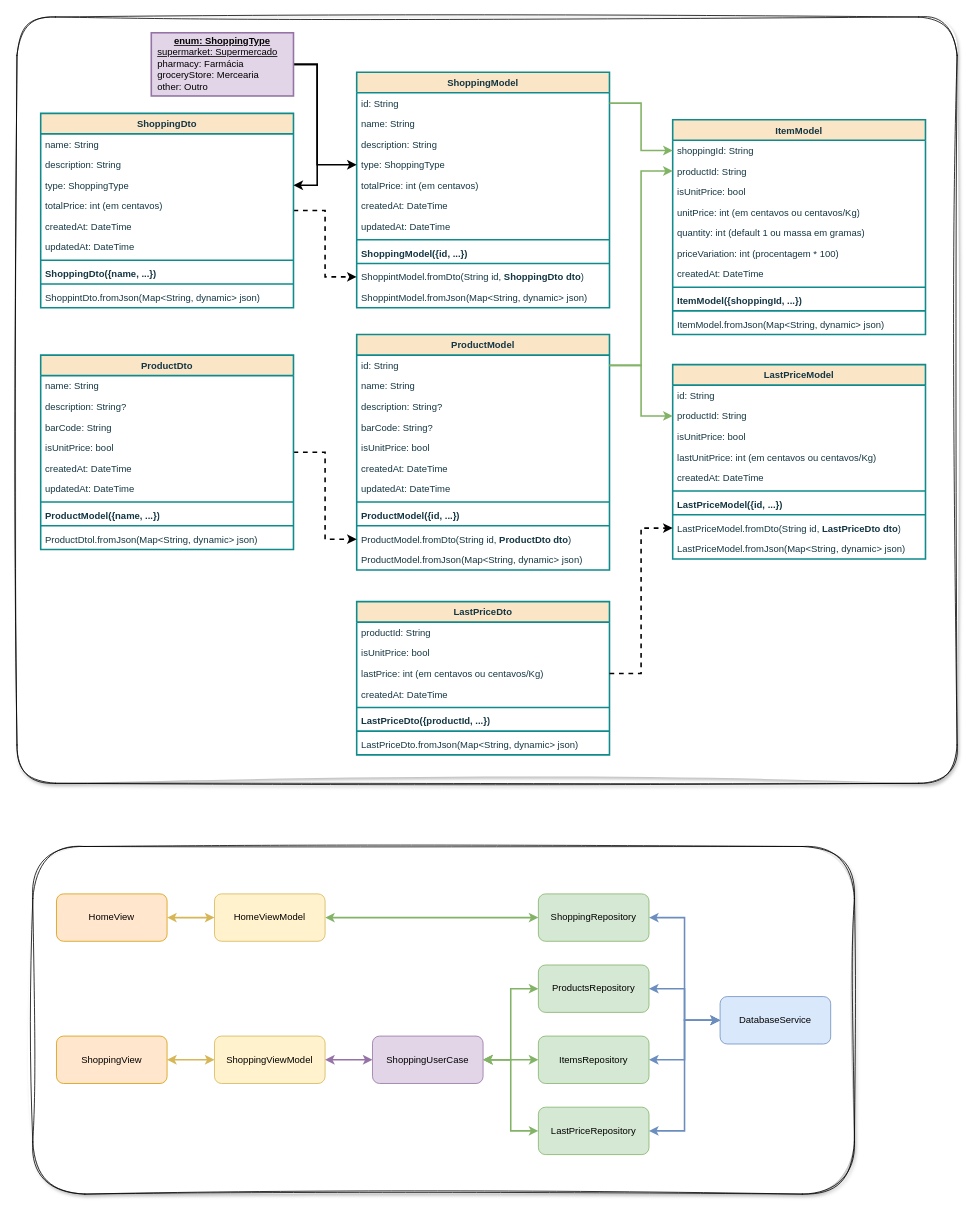
This is docs/Diagrama_de_Classes.drawio from rudsonalves/compras, a draw.io file, before an edit. Source tidied: cells renumbered, new cells numbered last; positions are measured from the earlier drawing's top-left corner, leaving out a move shared by most shapes. Both pictures are drawn from the tidied source at 79%, with x=0, y=0 at pixel (17, 17).
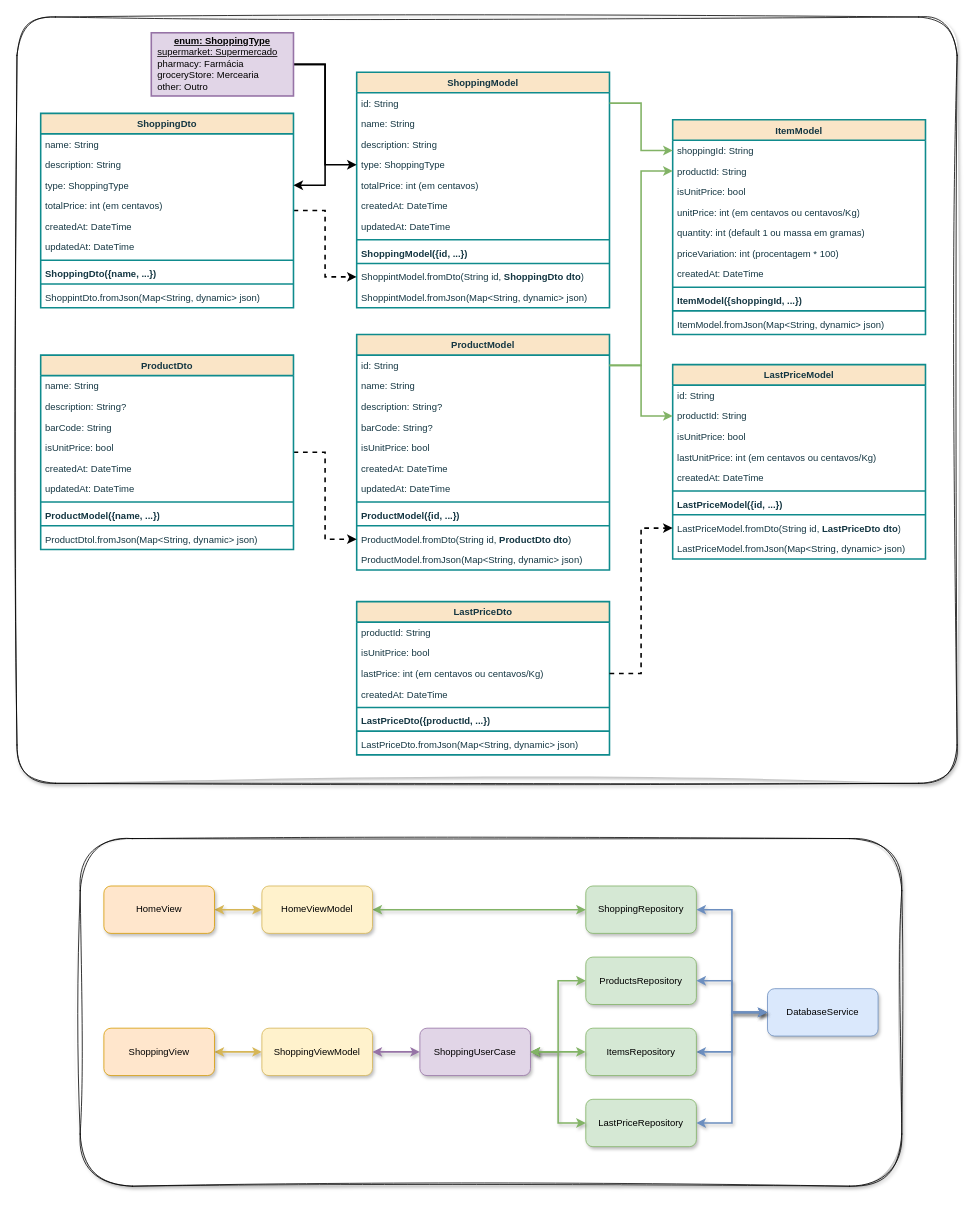
Above is the later version.

Unchanged cells that the change refers to:
```xml
<mxCell id="2" style="group;" parent="1" vertex="1">
  <mxGeometry width="1190" height="970" as="geometry" />
</mxCell>
<mxCell id="8" value="type: ShoppingType" style="text;strokeColor=none;fillColor=none;align=left;verticalAlign=top;spacingLeft=4;spacingRight=4;overflow=hidden;points=[[0,0.5],[1,0.5]];portConstraint=eastwest;whiteSpace=wrap;html=1;labelBackgroundColor=none;fontColor=#143642;" parent="4" vertex="1">
  <mxGeometry y="104" width="320" height="26" as="geometry" />
</mxCell>
<mxCell id="34" value="type: ShoppingType" style="text;strokeColor=none;fillColor=none;align=left;verticalAlign=top;spacingLeft=4;spacingRight=4;overflow=hidden;points=[[0,0.5],[1,0.5]];portConstraint=eastwest;whiteSpace=wrap;html=1;labelBackgroundColor=none;fontColor=#143642;" parent="31" vertex="1">
  <mxGeometry y="78" width="320" height="26" as="geometry" />
</mxCell>
<mxCell id="44" value="&lt;p style=&quot;margin:0px;margin-top:4px;text-align:center;text-decoration:underline;&quot;&gt;&lt;b&gt;enum: ShoppingType&lt;/b&gt;&lt;/p&gt;&lt;p style=&quot;margin:0px;margin-left:8px;&quot;&gt;&lt;u style=&quot;background-color: transparent; color: light-dark(rgb(0, 0, 0), rgb(255, 255, 255));&quot;&gt;supermarket: Supermercado&lt;/u&gt;&lt;/p&gt;&lt;p style=&quot;margin:0px;margin-left:8px;&quot;&gt;pharmacy: Farmácia&lt;/p&gt;&lt;p style=&quot;margin:0px;margin-left:8px;&quot;&gt;groceryStore: Mercearia&lt;/p&gt;&lt;p style=&quot;margin:0px;margin-left:8px;&quot;&gt;other: Outro&lt;/p&gt;" style="verticalAlign=top;align=left;overflow=fill;html=1;whiteSpace=wrap;fillColor=#e1d5e7;strokeColor=#9673a6;strokeWidth=2;" parent="2" vertex="1">
  <mxGeometry x="170" y="20" width="180" height="80" as="geometry" />
</mxCell>
```

Diff of the diagram source:
```diff
@@
     <mxCell id="42" style="edgeStyle=orthogonalEdgeStyle;rounded=0;jettySize=auto;html=1;strokeWidth=2;exitX=1;exitY=0.5;exitDx=0;exitDy=0;" parent="2" edge="1" source="44" target="8">
       <mxGeometry relative="1" as="geometry">
         <Array as="points">
-          <mxPoint x="380" y="60" />
-          <mxPoint x="380" y="187" />
+          <mxPoint x="390" y="60" />
+          <mxPoint x="390" y="187" />
         </Array>
       </mxGeometry>
     </mxCell>
     <mxCell id="43" style="edgeStyle=orthogonalEdgeStyle;rounded=0;jettySize=auto;html=1;exitX=1;exitY=0.5;exitDx=0;exitDy=0;strokeWidth=2;" parent="2" edge="1" source="44" target="34">
       <mxGeometry relative="1" as="geometry">
         <Array as="points">
-          <mxPoint x="380" y="60" />
-          <mxPoint x="380" y="213" />
+          <mxPoint x="390" y="60" />
+          <mxPoint x="390" y="213" />
         </Array>
       </mxGeometry>
     </mxCell>
@@
-    <mxCell id="93" style="group;arcSize=5;" parent="1" vertex="1">
-      <mxGeometry x="20" y="1050" width="1040" height="440" as="geometry" />
+    <mxCell id="93" style="group;arcSize=5;fillColor=none;gradientColor=none;" parent="1" vertex="1">
+      <mxGeometry x="80" y="1040" width="1040" height="440" as="geometry" />
     </mxCell>
@@
-    <mxCell id="95" style="edgeStyle=orthogonalEdgeStyle;rounded=0;jettySize=auto;html=1;exitX=0;exitY=0.5;exitDx=0;exitDy=0;startArrow=classic;startFill=1;strokeWidth=2;fillColor=#d5e8d4;strokeColor=#82b366;" parent="93" edge="1" source="96" target="100">
+    <mxCell id="95" style="edgeStyle=orthogonalEdgeStyle;rounded=0;jettySize=auto;html=1;exitX=0;exitY=0.5;exitDx=0;exitDy=0;startArrow=classic;startFill=1;strokeWidth=2;fillColor=#d5e8d4;strokeColor=#82b366;shadow=1;" parent="93" edge="1" source="96" target="100">
       <mxGeometry relative="1" as="geometry" />
     </mxCell>
-    <mxCell id="96" value="ShoppingRepository" style="rounded=1;whiteSpace=wrap;html=1;fillColor=#d5e8d4;strokeColor=#82b366;" parent="93" vertex="1">
+    <mxCell id="96" value="ShoppingRepository" style="rounded=1;whiteSpace=wrap;html=1;fillColor=#d5e8d4;strokeColor=#82b366;shadow=1;" parent="93" vertex="1">
       <mxGeometry x="640" y="60" width="140" height="60" as="geometry" />
     </mxCell>
-    <mxCell id="97" style="edgeStyle=orthogonalEdgeStyle;rounded=0;jettySize=auto;html=1;exitX=0;exitY=0.5;exitDx=0;exitDy=0;strokeWidth=2;fillColor=#dae8fc;strokeColor=#6c8ebf;startArrow=classic;startFill=1;entryX=1;entryY=0.5;entryDx=0;entryDy=0;" parent="93" edge="1" source="98" target="96">
+    <mxCell id="97" style="edgeStyle=orthogonalEdgeStyle;rounded=0;jettySize=auto;html=1;exitX=0;exitY=0.5;exitDx=0;exitDy=0;strokeWidth=2;fillColor=#dae8fc;strokeColor=#6c8ebf;startArrow=classic;startFill=1;entryX=1;entryY=0.5;entryDx=0;entryDy=0;shadow=1;" parent="93" edge="1" source="98" target="96">
       <mxGeometry relative="1" as="geometry" />
     </mxCell>
-    <mxCell id="98" value="DatabaseService" style="rounded=1;whiteSpace=wrap;html=1;fillColor=#dae8fc;strokeColor=#6c8ebf;" parent="93" vertex="1">
+    <mxCell id="98" value="DatabaseService" style="rounded=1;whiteSpace=wrap;html=1;fillColor=#dae8fc;strokeColor=#6c8ebf;shadow=1;" parent="93" vertex="1">
       <mxGeometry x="870" y="190" width="140" height="60" as="geometry" />
     </mxCell>
-    <mxCell id="99" style="edgeStyle=orthogonalEdgeStyle;rounded=0;jettySize=auto;html=1;entryX=1;entryY=0.5;entryDx=0;entryDy=0;fillColor=#fff2cc;strokeColor=#d6b656;startArrow=classic;startFill=1;strokeWidth=2;" parent="93" edge="1" source="100" target="101">
+    <mxCell id="99" style="edgeStyle=orthogonalEdgeStyle;rounded=0;jettySize=auto;html=1;entryX=1;entryY=0.5;entryDx=0;entryDy=0;fillColor=#fff2cc;strokeColor=#d6b656;startArrow=classic;startFill=1;strokeWidth=2;shadow=1;" parent="93" edge="1" source="100" target="101">
       <mxGeometry relative="1" as="geometry" />
     </mxCell>
-    <mxCell id="100" value="HomeViewModel" style="rounded=1;whiteSpace=wrap;html=1;fillColor=#fff2cc;strokeColor=#d6b656;" parent="93" vertex="1">
+    <mxCell id="100" value="HomeViewModel" style="rounded=1;whiteSpace=wrap;html=1;fillColor=#fff2cc;strokeColor=#d6b656;shadow=1;" parent="93" vertex="1">
       <mxGeometry x="230" y="60" width="140" height="60" as="geometry" />
     </mxCell>
-    <mxCell id="101" value="HomeView" style="rounded=1;whiteSpace=wrap;html=1;fillColor=#ffe6cc;strokeColor=#d79b00;" parent="93" vertex="1">
+    <mxCell id="101" value="HomeView" style="rounded=1;whiteSpace=wrap;html=1;fillColor=#ffe6cc;strokeColor=#d79b00;shadow=1;" parent="93" vertex="1">
       <mxGeometry x="30" y="60" width="140" height="60" as="geometry" />
     </mxCell>
-    <mxCell id="102" style="edgeStyle=orthogonalEdgeStyle;rounded=0;jettySize=auto;html=1;startArrow=classic;startFill=1;strokeWidth=2;fillColor=#d5e8d4;strokeColor=#82b366;entryX=1;entryY=0.5;entryDx=0;entryDy=0;exitX=0;exitY=0.5;exitDx=0;exitDy=0;" parent="93" edge="1" source="103" target="111">
+    <mxCell id="102" style="edgeStyle=orthogonalEdgeStyle;rounded=0;jettySize=auto;html=1;startArrow=classic;startFill=1;strokeWidth=2;fillColor=#d5e8d4;strokeColor=#82b366;entryX=1;entryY=0.5;entryDx=0;entryDy=0;exitX=0;exitY=0.5;exitDx=0;exitDy=0;shadow=1;" parent="93" edge="1" source="103" target="111">
       <mxGeometry relative="1" as="geometry" />
     </mxCell>
-    <mxCell id="103" value="ProductsRepository" style="rounded=1;whiteSpace=wrap;html=1;fillColor=#d5e8d4;strokeColor=#82b366;" parent="93" vertex="1">
+    <mxCell id="103" value="ProductsRepository" style="rounded=1;whiteSpace=wrap;html=1;fillColor=#d5e8d4;strokeColor=#82b366;shadow=1;" parent="93" vertex="1">
       <mxGeometry x="640" y="150" width="140" height="60" as="geometry" />
     </mxCell>
-    <mxCell id="104" style="edgeStyle=orthogonalEdgeStyle;rounded=0;jettySize=auto;html=1;exitX=0;exitY=0.5;exitDx=0;exitDy=0;strokeWidth=2;fillColor=#dae8fc;strokeColor=#6c8ebf;startArrow=classic;startFill=1;entryX=1;entryY=0.5;entryDx=0;entryDy=0;" parent="93" edge="1" source="98" target="103">
+    <mxCell id="104" style="edgeStyle=orthogonalEdgeStyle;rounded=0;jettySize=auto;html=1;exitX=0;exitY=0.5;exitDx=0;exitDy=0;strokeWidth=2;fillColor=#dae8fc;strokeColor=#6c8ebf;startArrow=classic;startFill=1;entryX=1;entryY=0.5;entryDx=0;entryDy=0;shadow=1;" parent="93" edge="1" source="98" target="103">
       <mxGeometry relative="1" as="geometry" />
     </mxCell>
-    <mxCell id="105" style="edgeStyle=orthogonalEdgeStyle;rounded=0;jettySize=auto;html=1;entryX=1;entryY=0.5;entryDx=0;entryDy=0;fillColor=#fff2cc;strokeColor=#d6b656;startArrow=classic;startFill=1;strokeWidth=2;" parent="93" edge="1" source="106" target="107">
+    <mxCell id="105" style="edgeStyle=orthogonalEdgeStyle;rounded=0;jettySize=auto;html=1;entryX=1;entryY=0.5;entryDx=0;entryDy=0;fillColor=#fff2cc;strokeColor=#d6b656;startArrow=classic;startFill=1;strokeWidth=2;shadow=1;" parent="93" edge="1" source="106" target="107">
       <mxGeometry relative="1" as="geometry" />
     </mxCell>
-    <mxCell id="106" value="ShoppingViewModel" style="rounded=1;whiteSpace=wrap;html=1;fillColor=#fff2cc;strokeColor=#d6b656;" parent="93" vertex="1">
+    <mxCell id="106" value="ShoppingViewModel" style="rounded=1;whiteSpace=wrap;html=1;fillColor=#fff2cc;strokeColor=#d6b656;shadow=1;" parent="93" vertex="1">
       <mxGeometry x="230" y="240" width="140" height="60" as="geometry" />
     </mxCell>
-    <mxCell id="107" value="ShoppingView" style="rounded=1;whiteSpace=wrap;html=1;fillColor=#ffe6cc;strokeColor=#d79b00;" parent="93" vertex="1">
+    <mxCell id="107" value="ShoppingView" style="rounded=1;whiteSpace=wrap;html=1;fillColor=#ffe6cc;strokeColor=#d79b00;shadow=1;" parent="93" vertex="1">
       <mxGeometry x="30" y="240" width="140" height="60" as="geometry" />
     </mxCell>
-    <mxCell id="108" style="edgeStyle=orthogonalEdgeStyle;rounded=0;jettySize=auto;html=1;fillColor=#dae8fc;strokeColor=#6c8ebf;strokeWidth=2;startArrow=classic;startFill=1;entryX=0;entryY=0.5;entryDx=0;entryDy=0;" parent="93" edge="1" source="109" target="98">
+    <mxCell id="108" style="edgeStyle=orthogonalEdgeStyle;rounded=0;jettySize=auto;html=1;fillColor=#dae8fc;strokeColor=#6c8ebf;strokeWidth=2;startArrow=classic;startFill=1;entryX=0;entryY=0.5;entryDx=0;entryDy=0;shadow=1;" parent="93" edge="1" source="109" target="98">
       <mxGeometry relative="1" as="geometry" />
     </mxCell>
-    <mxCell id="109" value="ItemsRepository" style="rounded=1;whiteSpace=wrap;html=1;fillColor=#d5e8d4;strokeColor=#82b366;" parent="93" vertex="1">
+    <mxCell id="109" value="ItemsRepository" style="rounded=1;whiteSpace=wrap;html=1;fillColor=#d5e8d4;strokeColor=#82b366;shadow=1;" parent="93" vertex="1">
       <mxGeometry x="640" y="240" width="140" height="60" as="geometry" />
     </mxCell>
-    <mxCell id="110" style="edgeStyle=orthogonalEdgeStyle;rounded=0;jettySize=auto;html=1;entryX=1;entryY=0.5;entryDx=0;entryDy=0;fillColor=#e1d5e7;strokeColor=#9673a6;startArrow=classic;startFill=1;strokeWidth=2;" parent="93" edge="1" source="111" target="106">
+    <mxCell id="110" style="edgeStyle=orthogonalEdgeStyle;rounded=0;jettySize=auto;html=1;entryX=1;entryY=0.5;entryDx=0;entryDy=0;fillColor=#e1d5e7;strokeColor=#9673a6;startArrow=classic;startFill=1;strokeWidth=2;shadow=1;" parent="93" edge="1" source="111" target="106">
       <mxGeometry relative="1" as="geometry" />
     </mxCell>
-    <mxCell id="111" value="ShoppingUserCase" style="rounded=1;whiteSpace=wrap;html=1;fillColor=#e1d5e7;strokeColor=#9673a6;" parent="93" vertex="1">
+    <mxCell id="111" value="ShoppingUserCase" style="rounded=1;whiteSpace=wrap;html=1;fillColor=#e1d5e7;strokeColor=#9673a6;shadow=1;" parent="93" vertex="1">
       <mxGeometry x="430" y="240" width="140" height="60" as="geometry" />
     </mxCell>
-    <mxCell id="112" style="edgeStyle=orthogonalEdgeStyle;rounded=0;jettySize=auto;html=1;startArrow=classic;startFill=1;strokeWidth=2;fillColor=#d5e8d4;strokeColor=#82b366;entryX=1;entryY=0.5;entryDx=0;entryDy=0;" parent="93" edge="1" source="109" target="111">
+    <mxCell id="112" style="edgeStyle=orthogonalEdgeStyle;rounded=0;jettySize=auto;html=1;startArrow=classic;startFill=1;strokeWidth=2;fillColor=#d5e8d4;strokeColor=#82b366;entryX=1;entryY=0.5;entryDx=0;entryDy=0;shadow=1;" parent="93" edge="1" source="109" target="111">
       <mxGeometry relative="1" as="geometry" />
     </mxCell>
-    <mxCell id="113" value="LastPriceRepository" style="rounded=1;whiteSpace=wrap;html=1;fillColor=#d5e8d4;strokeColor=#82b366;" parent="93" vertex="1">
+    <mxCell id="113" value="LastPriceRepository" style="rounded=1;whiteSpace=wrap;html=1;fillColor=#d5e8d4;strokeColor=#82b366;shadow=1;" parent="93" vertex="1">
       <mxGeometry x="640" y="330" width="140" height="60" as="geometry" />
     </mxCell>
-    <mxCell id="114" style="edgeStyle=orthogonalEdgeStyle;rounded=0;jettySize=auto;html=1;fillColor=#dae8fc;strokeColor=#6c8ebf;strokeWidth=2;startArrow=classic;startFill=1;entryX=0;entryY=0.5;entryDx=0;entryDy=0;exitX=1;exitY=0.5;exitDx=0;exitDy=0;" parent="93" edge="1" source="113" target="98">
+    <mxCell id="114" style="edgeStyle=orthogonalEdgeStyle;rounded=0;jettySize=auto;html=1;fillColor=#dae8fc;strokeColor=#6c8ebf;strokeWidth=2;startArrow=classic;startFill=1;entryX=0;entryY=0.5;entryDx=0;entryDy=0;exitX=1;exitY=0.5;exitDx=0;exitDy=0;shadow=1;" parent="93" edge="1" source="113" target="98">
       <mxGeometry relative="1" as="geometry" />
     </mxCell>
-    <mxCell id="115" style="edgeStyle=orthogonalEdgeStyle;rounded=0;jettySize=auto;html=1;startArrow=classic;startFill=1;strokeWidth=2;fillColor=#d5e8d4;strokeColor=#82b366;entryX=1;entryY=0.5;entryDx=0;entryDy=0;exitX=0;exitY=0.5;exitDx=0;exitDy=0;" parent="93" edge="1" source="113" target="111">
+    <mxCell id="115" style="edgeStyle=orthogonalEdgeStyle;rounded=0;jettySize=auto;html=1;startArrow=classic;startFill=1;strokeWidth=2;fillColor=#d5e8d4;strokeColor=#82b366;entryX=1;entryY=0.5;entryDx=0;entryDy=0;exitX=0;exitY=0.5;exitDx=0;exitDy=0;shadow=1;" parent="93" edge="1" source="113" target="111">
       <mxGeometry relative="1" as="geometry" />
     </mxCell>
```
